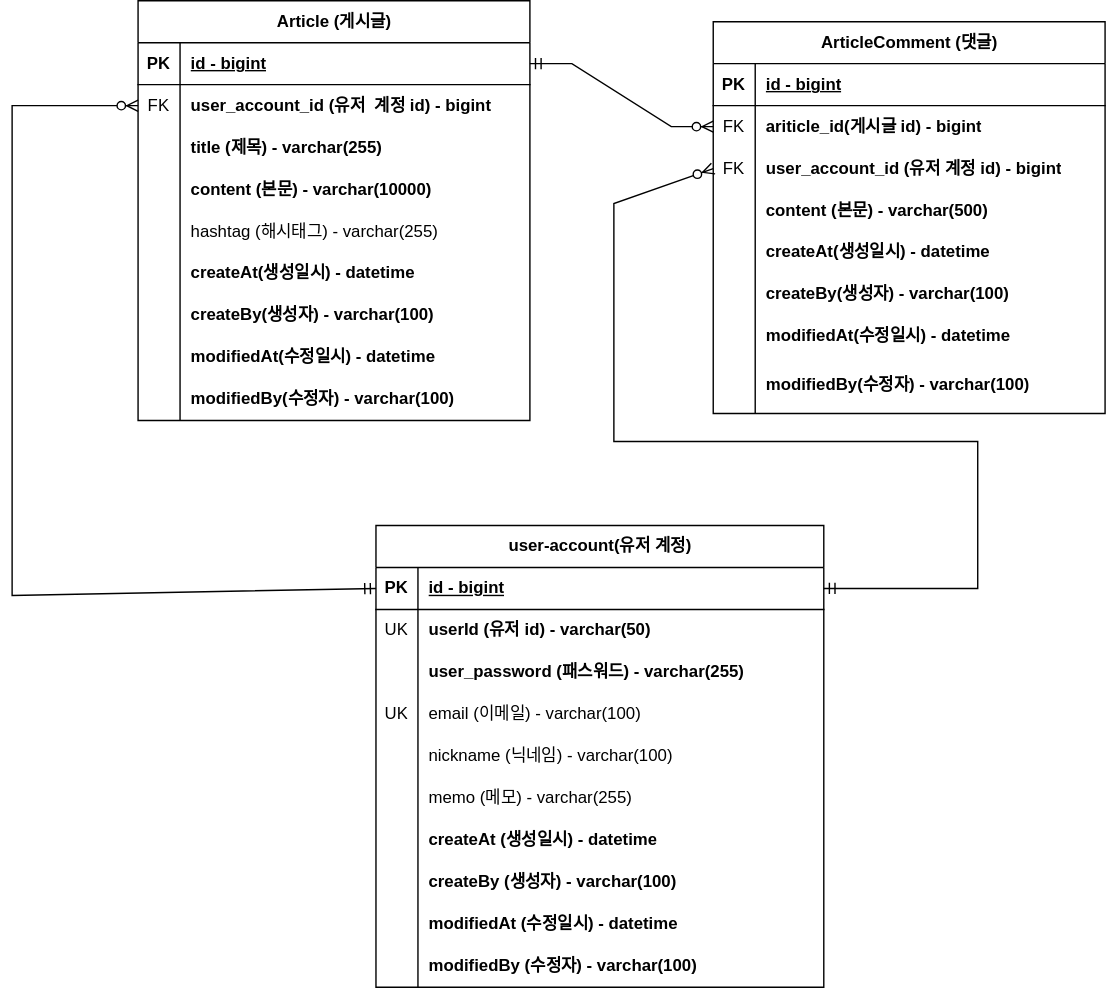
This is erd.svg from kmindev/board-project, a draw.io export, as it was before one commit. Source tidied: cells renumbered, new cells last; positions are measured from the earlier drawing's top-left corner, leaving out a move shared by most shapes.
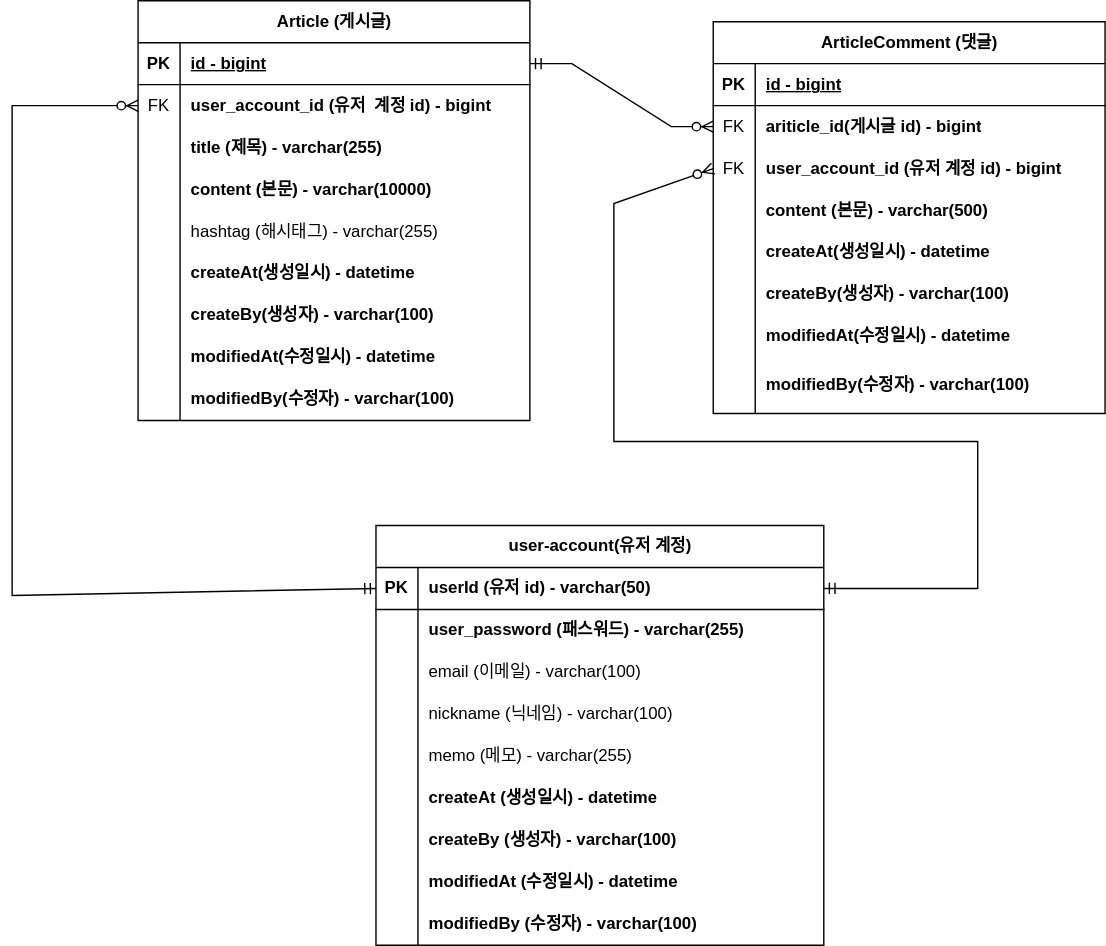
After the change.

Commit message:
#42 - ERD 수정: 기존 id 삭제하고 user_id를 pk로 변경

What changed in the source:
```diff
@@ -165,7 +165,7 @@
       <mxGeometry relative="1" as="geometry" />
     </mxCell>
     <mxCell id="56" value="user-account(유저 계정)" style="shape=table;startSize=30;rowLines=0;fontStyle=1;align=center;html=1;" parent="1" vertex="1">
-      <mxGeometry x="260" y="375" width="320" height="330" as="geometry" />
+      <mxGeometry x="260" y="375" width="320" height="300" as="geometry" />
     </mxCell>
     <mxCell id="57" style="shape=tableRow;horizontal=0;startSize=0;swimlaneHead=0;swimlaneBody=0;fillColor=none;points=[[0,0.5],[1,0.5]];portConstraint=eastwest;top=0;left=0;right=0;bottom=1;" parent="56" vertex="1">
       <mxGeometry y="30" width="320" height="30" as="geometry" />
@@ -173,20 +173,11 @@
     <mxCell id="58" value="PK" style="shape=partialRectangle;fillColor=none;top=0;left=0;bottom=0;right=0;fontStyle=1;overflow=hidden;whiteSpace=wrap;html=1;" parent="57" vertex="1">
       <mxGeometry width="30" height="30" as="geometry" />
     </mxCell>
-    <mxCell id="59" value="id - bigint" style="shape=partialRectangle;fillColor=none;top=0;left=0;bottom=0;right=0;align=left;spacingLeft=6;fontStyle=5;overflow=hidden;whiteSpace=wrap;html=1;" parent="57" vertex="1">
+    <mxCell id="59" style="shape=partialRectangle;fillColor=none;top=0;left=0;bottom=0;right=0;align=left;spacingLeft=6;fontStyle=5;overflow=hidden;whiteSpace=wrap;html=1;" parent="57" vertex="1">
       <mxGeometry x="30" width="290" height="30" as="geometry" />
     </mxCell>
-    <mxCell id="60" style="shape=tableRow;horizontal=0;startSize=0;swimlaneHead=0;swimlaneBody=0;fillColor=none;top=0;left=0;right=0;bottom=0;" parent="56" vertex="1">
-      <mxGeometry y="60" width="320" height="30" as="geometry" />
-    </mxCell>
-    <mxCell id="61" value="UK" style="shape=partialRectangle;fillColor=none;top=0;left=0;bottom=0;right=0;overflow=hidden;whiteSpace=wrap;html=1;" parent="60" vertex="1">
-      <mxGeometry width="30" height="30" as="geometry" />
-    </mxCell>
-    <mxCell id="62" value="&lt;b&gt;userId (유저 id) - varchar(50)&lt;/b&gt;" style="shape=partialRectangle;fillColor=none;top=0;left=0;bottom=0;right=0;align=left;spacingLeft=6;overflow=hidden;whiteSpace=wrap;html=1;" parent="60" vertex="1">
-      <mxGeometry x="30" width="290" height="30" as="geometry" />
-    </mxCell>
     <mxCell id="63" style="shape=tableRow;horizontal=0;startSize=0;swimlaneHead=0;swimlaneBody=0;fillColor=none;top=0;left=0;right=0;bottom=0;" parent="56" vertex="1">
-      <mxGeometry y="90" width="320" height="30" as="geometry" />
+      <mxGeometry y="60" width="320" height="30" as="geometry" />
     </mxCell>
     <mxCell id="64" style="shape=partialRectangle;fillColor=none;top=0;left=0;bottom=0;right=0;overflow=hidden;whiteSpace=wrap;html=1;" parent="63" vertex="1">
       <mxGeometry width="30" height="30" as="geometry" />
@@ -195,16 +186,16 @@
       <mxGeometry x="30" width="290" height="30" as="geometry" />
     </mxCell>
     <mxCell id="66" style="shape=tableRow;horizontal=0;startSize=0;swimlaneHead=0;swimlaneBody=0;fillColor=none;top=0;left=0;right=0;bottom=0;" parent="56" vertex="1">
-      <mxGeometry y="120" width="320" height="30" as="geometry" />
+      <mxGeometry y="90" width="320" height="30" as="geometry" />
     </mxCell>
-    <mxCell id="67" value="UK" style="shape=partialRectangle;fillColor=none;top=0;left=0;bottom=0;right=0;overflow=hidden;whiteSpace=wrap;html=1;" parent="66" vertex="1">
+    <mxCell id="67" style="shape=partialRectangle;fillColor=none;top=0;left=0;bottom=0;right=0;overflow=hidden;whiteSpace=wrap;html=1;" parent="66" vertex="1">
       <mxGeometry width="30" height="30" as="geometry" />
     </mxCell>
     <mxCell id="68" value="email (이메일) - varchar(100)" style="shape=partialRectangle;fillColor=none;top=0;left=0;bottom=0;right=0;align=left;spacingLeft=6;overflow=hidden;whiteSpace=wrap;html=1;" parent="66" vertex="1">
       <mxGeometry x="30" width="290" height="30" as="geometry" />
     </mxCell>
     <mxCell id="69" style="shape=tableRow;horizontal=0;startSize=0;swimlaneHead=0;swimlaneBody=0;fillColor=none;top=0;left=0;right=0;bottom=0;" parent="56" vertex="1">
-      <mxGeometry y="150" width="320" height="30" as="geometry" />
+      <mxGeometry y="120" width="320" height="30" as="geometry" />
     </mxCell>
     <mxCell id="70" style="shape=partialRectangle;fillColor=none;top=0;left=0;bottom=0;right=0;overflow=hidden;whiteSpace=wrap;html=1;" parent="69" vertex="1">
       <mxGeometry width="30" height="30" as="geometry" />
@@ -213,7 +204,7 @@
       <mxGeometry x="30" width="290" height="30" as="geometry" />
     </mxCell>
     <mxCell id="72" style="shape=tableRow;horizontal=0;startSize=0;swimlaneHead=0;swimlaneBody=0;fillColor=none;top=0;left=0;right=0;bottom=0;" parent="56" vertex="1">
-      <mxGeometry y="180" width="320" height="30" as="geometry" />
+      <mxGeometry y="150" width="320" height="30" as="geometry" />
     </mxCell>
     <mxCell id="73" style="shape=partialRectangle;fillColor=none;top=0;left=0;bottom=0;right=0;overflow=hidden;whiteSpace=wrap;html=1;" parent="72" vertex="1">
       <mxGeometry width="30" height="30" as="geometry" />
@@ -222,7 +213,7 @@
       <mxGeometry x="30" width="290" height="30" as="geometry" />
     </mxCell>
     <mxCell id="75" style="shape=tableRow;horizontal=0;startSize=0;swimlaneHead=0;swimlaneBody=0;fillColor=none;top=0;left=0;right=0;bottom=0;" parent="56" vertex="1">
-      <mxGeometry y="210" width="320" height="30" as="geometry" />
+      <mxGeometry y="180" width="320" height="30" as="geometry" />
     </mxCell>
     <mxCell id="76" style="shape=partialRectangle;fillColor=none;top=0;left=0;bottom=0;right=0;overflow=hidden;whiteSpace=wrap;html=1;" parent="75" vertex="1">
       <mxGeometry width="30" height="30" as="geometry" />
@@ -231,7 +222,7 @@
       <mxGeometry x="30" width="290" height="30" as="geometry" />
     </mxCell>
     <mxCell id="78" style="shape=tableRow;horizontal=0;startSize=0;swimlaneHead=0;swimlaneBody=0;fillColor=none;top=0;left=0;right=0;bottom=0;" parent="56" vertex="1">
-      <mxGeometry y="240" width="320" height="30" as="geometry" />
+      <mxGeometry y="210" width="320" height="30" as="geometry" />
     </mxCell>
     <mxCell id="79" style="shape=partialRectangle;fillColor=none;top=0;left=0;bottom=0;right=0;overflow=hidden;whiteSpace=wrap;html=1;" parent="78" vertex="1">
       <mxGeometry width="30" height="30" as="geometry" />
@@ -240,7 +231,7 @@
       <mxGeometry x="30" width="290" height="30" as="geometry" />
     </mxCell>
     <mxCell id="81" style="shape=tableRow;horizontal=0;startSize=0;swimlaneHead=0;swimlaneBody=0;fillColor=none;top=0;left=0;right=0;bottom=0;" parent="56" vertex="1">
-      <mxGeometry y="270" width="320" height="30" as="geometry" />
+      <mxGeometry y="240" width="320" height="30" as="geometry" />
     </mxCell>
     <mxCell id="82" style="shape=partialRectangle;fillColor=none;top=0;left=0;bottom=0;right=0;overflow=hidden;whiteSpace=wrap;html=1;" parent="81" vertex="1">
       <mxGeometry width="30" height="30" as="geometry" />
@@ -249,7 +240,7 @@
       <mxGeometry x="30" width="290" height="30" as="geometry" />
     </mxCell>
     <mxCell id="84" style="shape=tableRow;horizontal=0;startSize=0;swimlaneHead=0;swimlaneBody=0;fillColor=none;top=0;left=0;right=0;bottom=0;" parent="56" vertex="1">
-      <mxGeometry y="300" width="320" height="30" as="geometry" />
+      <mxGeometry y="270" width="320" height="30" as="geometry" />
     </mxCell>
     <mxCell id="85" style="shape=partialRectangle;fillColor=none;top=0;left=0;bottom=0;right=0;overflow=hidden;whiteSpace=wrap;html=1;" parent="84" vertex="1">
       <mxGeometry width="30" height="30" as="geometry" />
@@ -278,5 +269,8 @@
         </Array>
       </mxGeometry>
     </mxCell>
+    <mxCell id="62" value="&lt;b&gt;userId (유저 id) - varchar(50)&lt;/b&gt;" style="shape=partialRectangle;fillColor=none;top=0;left=0;bottom=0;right=0;align=left;spacingLeft=6;overflow=hidden;whiteSpace=wrap;html=1;" parent="1" vertex="1">
+      <mxGeometry x="290" y="405" width="290" height="30" as="geometry" />
+    </mxCell>
   </root>
 </mxGraphModel>
```
